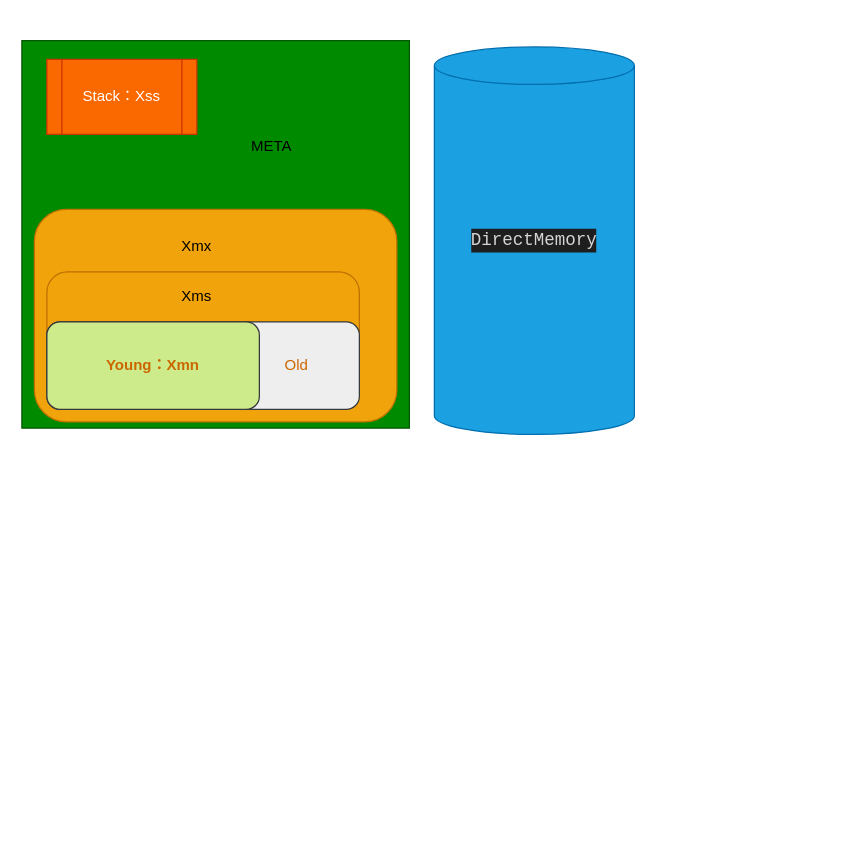
The draw.io diagram Week_01/homework_3/relation.drawio in zhangmx/JAVA-000, before the edit. Source tidied: cells renumbered, new cells numbered last; positions are measured from the earlier drawing's top-left corner, leaving out a move shared by most shapes. Both pictures are drawn from the tidied source at 125%, with x=0, y=0 at pixel (21, 40).
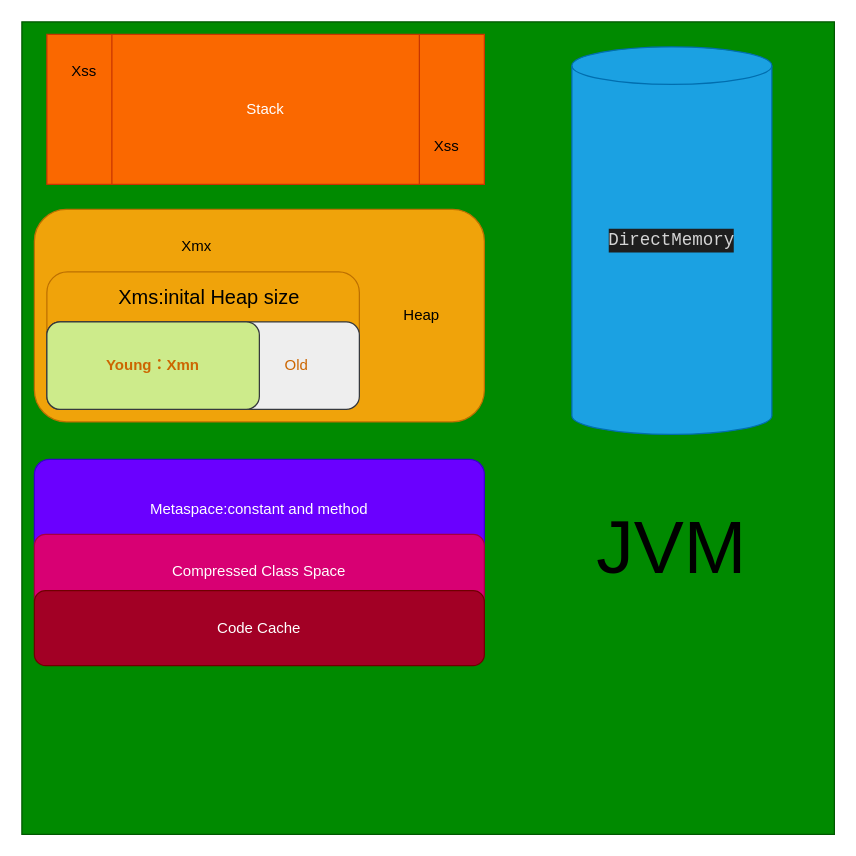
After the change.

The edit, as a diff of the source:
```diff
@@
 <mxGraphModel>
   <root>
     <mxCell id="0" />
     <mxCell id="1" parent="0" />
     <mxCell id="2" value="&lt;div style=&quot;color: rgb(212 , 212 , 212) ; background-color: rgb(30 , 30 , 30) ; font-family: &amp;#34;consolas&amp;#34; , &amp;#34;courier new&amp;#34; , monospace ; font-size: 14px ; line-height: 19px&quot;&gt;&lt;br&gt;&lt;/div&gt;" style="whiteSpace=wrap;html=1;fillColor=#008a00;strokeColor=#005700;fontColor=#ffffff;" parent="1" vertex="1">
-      <mxGeometry width="310" height="310" as="geometry" />
+      <mxGeometry y="-15" width="650" height="650" as="geometry" />
     </mxCell>
     <mxCell id="3" style="rounded=1;whiteSpace=wrap;html=1;fillColor=#f0a30a;strokeColor=#BD7000;fontColor=#ffffff;" parent="1" vertex="1">
-      <mxGeometry x="10" y="135" width="290" height="170" as="geometry" />
+      <mxGeometry x="10" y="135" width="360" height="170" as="geometry" />
     </mxCell>
     <mxCell id="4" style="rounded=1;whiteSpace=wrap;html=1;fillColor=#f0a30a;strokeColor=#BD7000;fontColor=#ffffff;" parent="1" vertex="1">
       <mxGeometry x="20" y="185" width="250" height="110" as="geometry" />
     </mxCell>
     <mxCell id="5" value="&lt;div style=&quot;color: rgb(212 , 212 , 212) ; background-color: rgb(30 , 30 , 30) ; font-family: &amp;#34;consolas&amp;#34; , &amp;#34;courier new&amp;#34; , monospace ; font-size: 14px ; line-height: 19px&quot;&gt;DirectMemory&lt;/div&gt;" style="shape=cylinder2;whiteSpace=wrap;html=1;boundedLbl=1;backgroundOutline=1;size=15;fillColor=#1ba1e2;strokeColor=#006EAF;fontColor=#ffffff;" parent="1" vertex="1">
-      <mxGeometry x="330" y="5" width="160" height="310" as="geometry" />
+      <mxGeometry x="440" y="5" width="160" height="310" as="geometry" />
     </mxCell>
     <mxCell id="6" style="rounded=1;whiteSpace=wrap;html=1;fillColor=#eeeeee;strokeColor=#36393d;fontColor=#CC6600;" parent="1" vertex="1">
       <mxGeometry x="20" y="225" width="250" height="70" as="geometry" />
     </mxCell>
     <mxCell id="7" value="Young：Xmn" style="rounded=1;whiteSpace=wrap;html=1;fontStyle=1;fillColor=#cdeb8b;strokeColor=#36393d;fontColor=#CC6600;" parent="1" vertex="1">
       <mxGeometry x="20" y="225" width="170" height="70" as="geometry" />
     </mxCell>
-    <mxCell id="8" value="Stack：Xss" style="shape=process;whiteSpace=wrap;html=1;backgroundOutline=1;fillColor=#fa6800;strokeColor=#C73500;fontColor=#ffffff;" parent="1" vertex="1">
-      <mxGeometry x="20" y="15" width="120" height="60" as="geometry" />
+    <mxCell id="8" value="Stack" style="shape=process;whiteSpace=wrap;html=1;backgroundOutline=1;fillColor=#fa6800;strokeColor=#C73500;fontColor=#ffffff;size=0.14814814814814814;" parent="1" vertex="1">
+      <mxGeometry x="20" y="-5" width="350" height="120" as="geometry" />
     </mxCell>
     <mxCell id="9" value="Old" style="text;html=1;strokeColor=none;fillColor=none;align=center;verticalAlign=middle;whiteSpace=wrap;rounded=0;fontColor=#CC6600;" parent="1" vertex="1">
       <mxGeometry x="200" y="250" width="40" height="20" as="geometry" />
     </mxCell>
-    <mxCell id="10" value="META" style="text;html=1;strokeColor=none;fillColor=none;align=center;verticalAlign=middle;whiteSpace=wrap;rounded=0;" parent="1" vertex="1">
-      <mxGeometry x="180" y="75" width="40" height="20" as="geometry" />
+    <mxCell id="10" value="&lt;font style=&quot;font-size: 60px&quot;&gt;JVM&lt;/font&gt;" style="text;html=1;strokeColor=none;fillColor=none;align=center;verticalAlign=middle;whiteSpace=wrap;rounded=0;" parent="1" vertex="1">
+      <mxGeometry x="460" y="355" width="120" height="100" as="geometry" />
     </mxCell>
-    <mxCell id="11" value="Xms" style="text;html=1;strokeColor=none;fillColor=none;align=center;verticalAlign=middle;whiteSpace=wrap;rounded=0;" parent="1" vertex="1">
-      <mxGeometry x="120" y="195" width="40" height="20" as="geometry" />
+    <mxCell id="11" value="&lt;font style=&quot;font-size: 16px&quot;&gt;Xms:inital Heap size&lt;/font&gt;" style="text;html=1;strokeColor=none;fillColor=none;align=center;verticalAlign=middle;whiteSpace=wrap;rounded=0;" parent="1" vertex="1">
+      <mxGeometry x="70" y="195" width="160" height="20" as="geometry" />
     </mxCell>
     <mxCell id="12" value="Xmx" style="text;html=1;strokeColor=none;fillColor=none;align=center;verticalAlign=middle;whiteSpace=wrap;rounded=0;" parent="1" vertex="1">
       <mxGeometry x="120" y="155" width="40" height="20" as="geometry" />
     </mxCell>
+    <mxCell id="13" value="Heap" style="text;html=1;strokeColor=none;fillColor=none;align=center;verticalAlign=middle;whiteSpace=wrap;rounded=0;" parent="1" vertex="1">
+      <mxGeometry x="290" y="165" width="60" height="110" as="geometry" />
+    </mxCell>
+    <mxCell id="14" value="Metaspace:constant and method" style="rounded=1;whiteSpace=wrap;html=1;fillColor=#6a00ff;strokeColor=#3700CC;fontColor=#ffffff;" parent="1" vertex="1">
+      <mxGeometry x="10" y="335" width="360" height="80" as="geometry" />
+    </mxCell>
+    <mxCell id="15" value="Xss" style="text;html=1;strokeColor=none;fillColor=none;align=center;verticalAlign=middle;whiteSpace=wrap;rounded=0;" parent="1" vertex="1">
+      <mxGeometry x="320" y="75" width="40" height="20" as="geometry" />
+    </mxCell>
+    <mxCell id="16" value="Xss" style="text;html=1;strokeColor=none;fillColor=none;align=center;verticalAlign=middle;whiteSpace=wrap;rounded=0;" parent="1" vertex="1">
+      <mxGeometry x="40" y="15" width="20" height="20" as="geometry" />
+    </mxCell>
+    <mxCell id="17" value="Compressed Class Space" style="rounded=1;whiteSpace=wrap;html=1;fillColor=#d80073;strokeColor=#A50040;fontColor=#ffffff;" parent="1" vertex="1">
+      <mxGeometry x="10" y="395" width="360" height="60" as="geometry" />
+    </mxCell>
+    <mxCell id="18" value="Code Cache" style="rounded=1;whiteSpace=wrap;html=1;fillColor=#a20025;strokeColor=#6F0000;fontColor=#ffffff;" parent="1" vertex="1">
+      <mxGeometry x="10" y="440" width="360" height="60" as="geometry" />
+    </mxCell>
   </root>
 </mxGraphModel>
```
